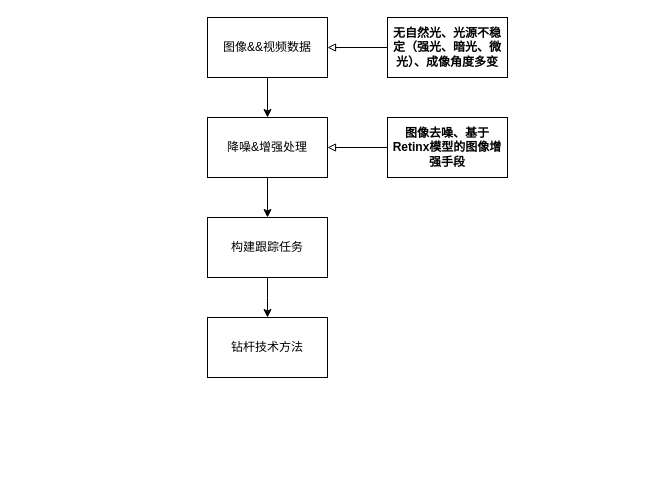
This is 基于视频分析煤矿钻井杆数目统计算法识别.drawio from paleblackless/diagrams, a draw.io file, before an edit. Source tidied: cells renumbered, new cells numbered last; positions are measured from the earlier drawing's top-left corner, leaving out a move shared by most shapes. Both pictures are drawn from the tidied source at 100%, with x=0, y=0 at pixel (207, 17).
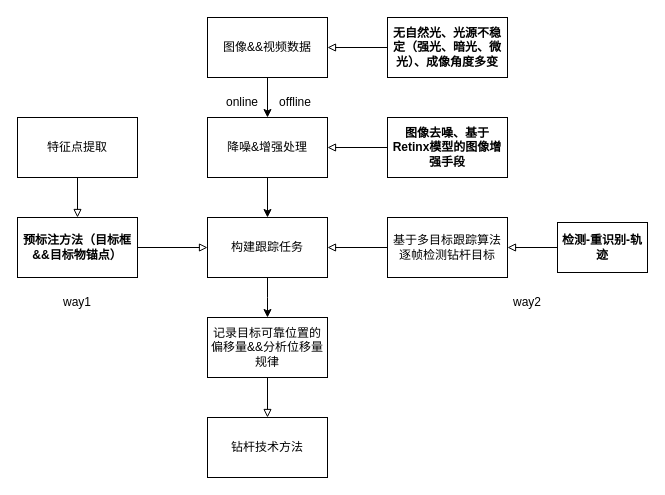
The same diagram, later.

Commit message (it also covers changes not shown here):
更新基于视频分析煤矿钻井杆数目统计算法识别.drawio

The change refers to these unchanged cells:
```xml
<mxCell id="7" value="构建跟踪任务" style="rounded=0;whiteSpace=wrap;html=1;" parent="1" vertex="1">
  <mxGeometry y="200" width="120" height="60" as="geometry" />
</mxCell>
```

Change to the diagram source:
```diff
@@
     <mxCell id="8" value="钻杆技术方法" style="rounded=0;whiteSpace=wrap;html=1;" parent="1" vertex="1">
-      <mxGeometry y="300" width="120" height="60" as="geometry" />
+      <mxGeometry y="400" width="120" height="60" as="geometry" />
     </mxCell>
@@
+    <mxCell id="13" style="edgeStyle=orthogonalEdgeStyle;rounded=0;jettySize=auto;html=1;entryX=0;entryY=0.5;entryDx=0;entryDy=0;fontSize=12;endArrow=block;endFill=0;" parent="1" edge="1" source="14" target="7">
+      <mxGeometry relative="1" as="geometry" />
+    </mxCell>
+    <mxCell id="14" value="&lt;b&gt;预标注方法（目标框&amp;amp;&amp;amp;目标物锚点）&lt;/b&gt;" style="rounded=0;whiteSpace=wrap;html=1;fontSize=12;" parent="1" vertex="1">
+      <mxGeometry x="-190" y="200" width="120" height="60" as="geometry" />
+    </mxCell>
+    <mxCell id="15" style="edgeStyle=orthogonalEdgeStyle;rounded=0;jettySize=auto;html=1;entryX=1;entryY=0.5;entryDx=0;entryDy=0;fontSize=12;endArrow=block;endFill=0;" parent="1" edge="1" source="16" target="7">
+      <mxGeometry relative="1" as="geometry" />
+    </mxCell>
+    <mxCell id="16" value="基于多目标跟踪算法逐帧检测钻杆目标" style="rounded=0;whiteSpace=wrap;html=1;fontSize=12;" parent="1" vertex="1">
+      <mxGeometry x="180" y="200" width="120" height="60" as="geometry" />
+    </mxCell>
+    <mxCell id="17" value="offline" style="text;html=1;strokeColor=none;fillColor=none;align=center;verticalAlign=middle;whiteSpace=wrap;rounded=0;fontSize=12;" parent="1" vertex="1">
+      <mxGeometry x="63" y="70" width="50" height="30" as="geometry" />
+    </mxCell>
+    <mxCell id="18" value="online" style="text;html=1;strokeColor=none;fillColor=none;align=center;verticalAlign=middle;whiteSpace=wrap;rounded=0;fontSize=12;" parent="1" vertex="1">
+      <mxGeometry x="10" y="70" width="50" height="30" as="geometry" />
+    </mxCell>
+    <mxCell id="19" style="edgeStyle=orthogonalEdgeStyle;rounded=0;jettySize=auto;html=1;entryX=1;entryY=0.5;entryDx=0;entryDy=0;fontSize=12;endArrow=block;endFill=0;" parent="1" edge="1" source="20" target="16">
+      <mxGeometry relative="1" as="geometry" />
+    </mxCell>
+    <mxCell id="20" value="&lt;b&gt;检测-重识别-轨迹&lt;/b&gt;" style="rounded=0;whiteSpace=wrap;html=1;fontSize=12;" parent="1" vertex="1">
+      <mxGeometry x="350" y="205" width="90" height="50" as="geometry" />
+    </mxCell>
+    <mxCell id="21" style="edgeStyle=orthogonalEdgeStyle;rounded=0;jettySize=auto;html=1;exitX=0.5;exitY=1;exitDx=0;exitDy=0;entryX=0.5;entryY=0;entryDx=0;entryDy=0;fontSize=12;endArrow=block;endFill=0;" parent="1" edge="1" source="22" target="8">
+      <mxGeometry relative="1" as="geometry" />
+    </mxCell>
+    <mxCell id="22" value="记录目标可靠位置的偏移量&amp;amp;&amp;amp;分析位移量规律" style="rounded=0;whiteSpace=wrap;html=1;" parent="1" vertex="1">
+      <mxGeometry y="300" width="120" height="60" as="geometry" />
+    </mxCell>
+    <mxCell id="23" value="way1" style="text;html=1;strokeColor=none;fillColor=none;align=center;verticalAlign=middle;whiteSpace=wrap;rounded=0;fontSize=12;" parent="1" vertex="1">
+      <mxGeometry x="-160" y="270" width="60" height="30" as="geometry" />
+    </mxCell>
+    <mxCell id="24" value="way2" style="text;html=1;strokeColor=none;fillColor=none;align=center;verticalAlign=middle;whiteSpace=wrap;rounded=0;fontSize=12;" parent="1" vertex="1">
+      <mxGeometry x="290" y="270" width="60" height="30" as="geometry" />
+    </mxCell>
+    <mxCell id="25" style="edgeStyle=orthogonalEdgeStyle;rounded=0;jettySize=auto;html=1;entryX=0.5;entryY=0;entryDx=0;entryDy=0;fontSize=12;endArrow=block;endFill=0;" parent="1" edge="1" source="26" target="14">
+      <mxGeometry relative="1" as="geometry" />
+    </mxCell>
+    <mxCell id="26" value="特征点提取" style="rounded=0;whiteSpace=wrap;html=1;fontSize=12;" parent="1" vertex="1">
+      <mxGeometry x="-190" y="100" width="120" height="60" as="geometry" />
+    </mxCell>
```
